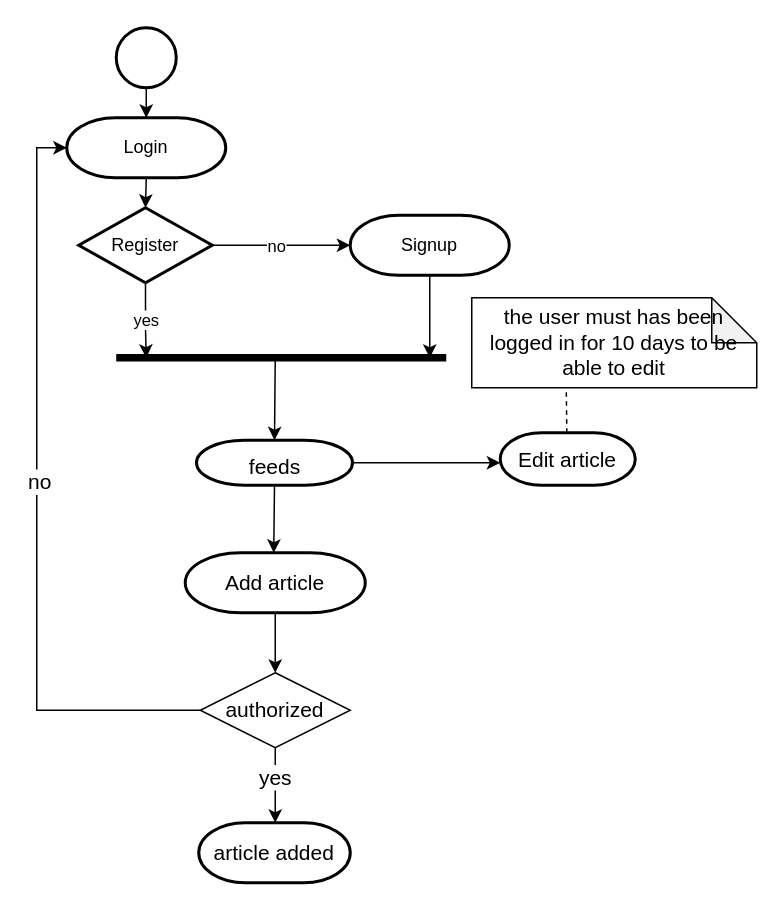
The draw.io diagram activity.drawio in mosup16/wikiwiki-swe-project-digrams, before the edit. Source tidied: cells renumbered, new cells numbered last; positions are measured from the earlier drawing's top-left corner, leaving out a move shared by most shapes. Both pictures are drawn from the tidied source at 150%, with x=0, y=0 at pixel (36, 27).
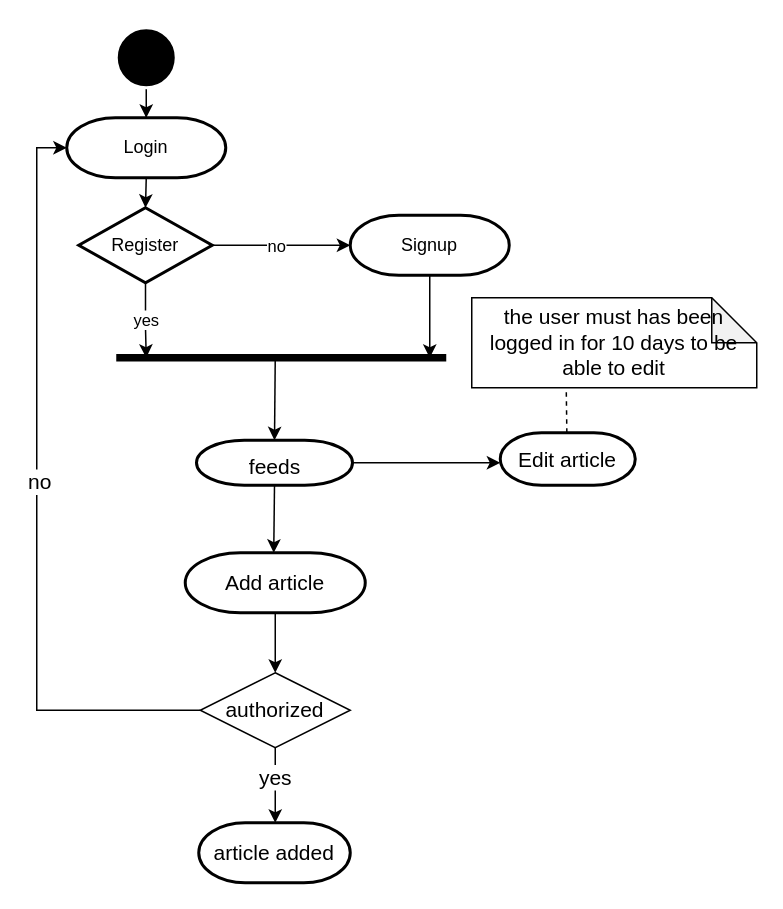
Above is the later version.

What changed in the source:
```diff
@@
-    <mxCell id="3" style="strokeWidth=2;html=1;shape=mxgraph.flowchart.start_2;whiteSpace=wrap;" parent="1" vertex="1">
+    <mxCell id="3" style="strokeWidth=2;html=1;shape=mxgraph.flowchart.start_2;whiteSpace=wrap;fillColor=#000000;strokeColor=#FFFFFF;" parent="1" vertex="1">
       <mxGeometry x="53" width="40" height="40" as="geometry" />
     </mxCell>
```
